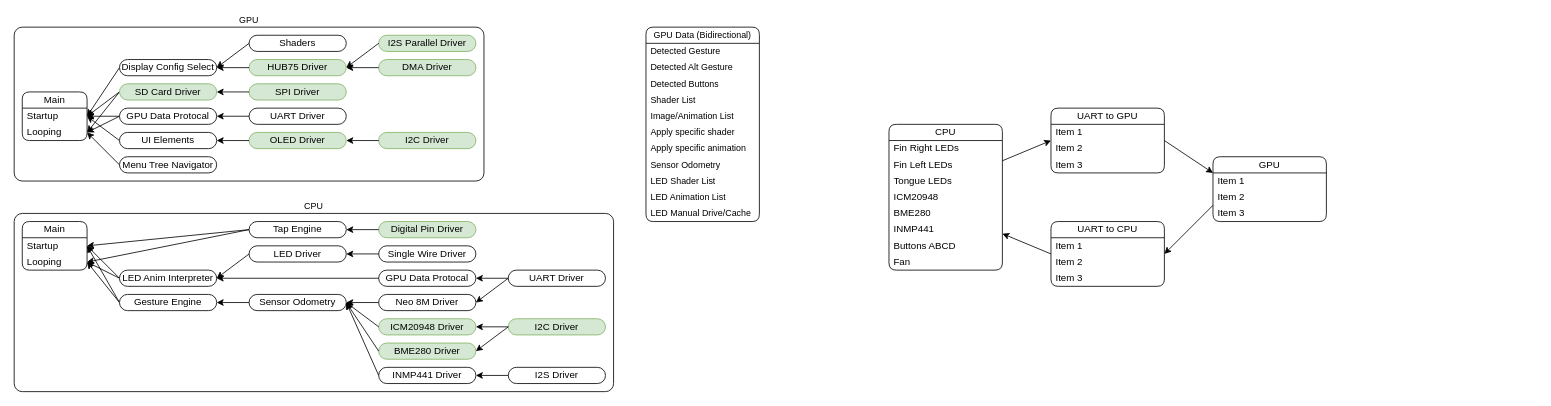
Cyberspecies/Synth-Head keeps this draw.io diagram as page "Alpha Release Stack" (5 of 7) of Documents/Software Diagram (DX.3).drawio. Above is the earlier version. Source tidied: cells renumbered, new cells numbered last; positions are measured from the earlier drawing's top-left corner, leaving out a move shared by most shapes. Both pictures are drawn from the tidied source at 81%, with x=0, y=0 at pixel (14, 27).
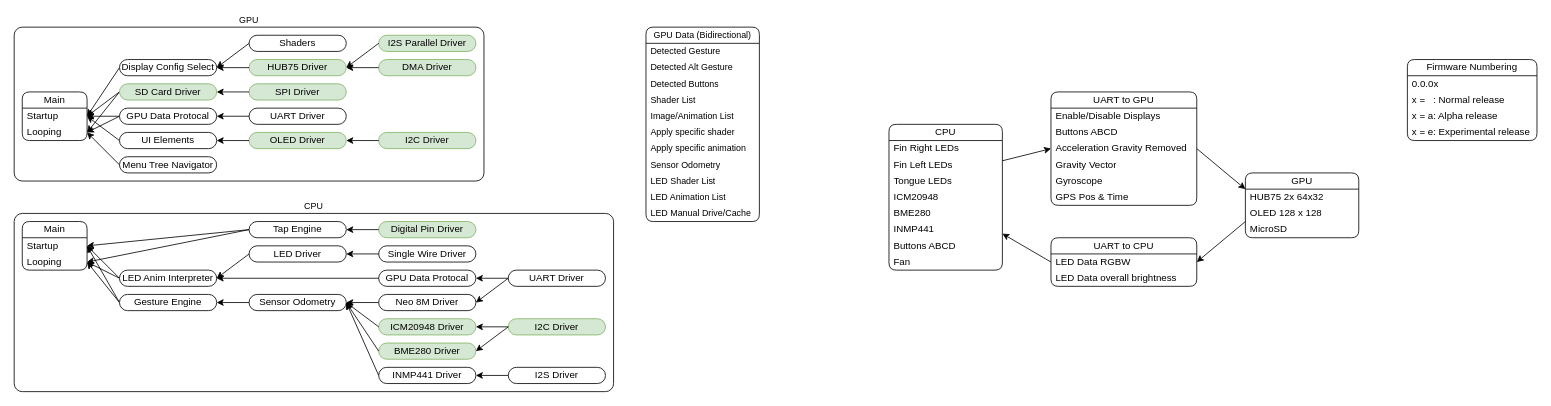
The same diagram, later.

Commit message:
Added Boot, Idle & Shutdown faces

Change to the diagram source:
```diff
@@
     <mxCell id="96" value="GPU" style="swimlane;fontStyle=0;horizontal=1;startSize=20;whiteSpace=wrap;html=1;rounded=1;" parent="1" vertex="1">
-      <mxGeometry x="1480" y="160" width="140" height="80" as="geometry" />
+      <mxGeometry x="1520" y="180" width="140" height="80" as="geometry" />
     </mxCell>
-    <mxCell id="97" value="Item 1" style="text;strokeColor=none;fillColor=none;align=left;verticalAlign=middle;spacingLeft=4;spacingRight=4;overflow=hidden;whiteSpace=wrap;html=1;" parent="96" vertex="1">
+    <mxCell id="97" value="HUB75 2x 64x32" style="text;strokeColor=none;fillColor=none;align=left;verticalAlign=middle;spacingLeft=4;spacingRight=4;overflow=hidden;whiteSpace=wrap;html=1;" parent="96" vertex="1">
       <mxGeometry y="20" width="140" height="20" as="geometry" />
     </mxCell>
-    <mxCell id="98" value="Item 2" style="text;strokeColor=none;fillColor=none;align=left;verticalAlign=middle;spacingLeft=4;spacingRight=4;overflow=hidden;whiteSpace=wrap;html=1;" parent="96" vertex="1">
+    <mxCell id="98" value="OLED 128 x 128" style="text;strokeColor=none;fillColor=none;align=left;verticalAlign=middle;spacingLeft=4;spacingRight=4;overflow=hidden;whiteSpace=wrap;html=1;" parent="96" vertex="1">
       <mxGeometry y="40" width="140" height="20" as="geometry" />
     </mxCell>
-    <mxCell id="99" value="Item 3" style="text;strokeColor=none;fillColor=none;align=left;verticalAlign=middle;spacingLeft=4;spacingRight=4;overflow=hidden;whiteSpace=wrap;html=1;" parent="96" vertex="1">
+    <mxCell id="99" value="MicroSD" style="text;strokeColor=none;fillColor=none;align=left;verticalAlign=middle;spacingLeft=4;spacingRight=4;overflow=hidden;whiteSpace=wrap;html=1;" parent="96" vertex="1">
       <mxGeometry y="60" width="140" height="20" as="geometry" />
     </mxCell>
@@
     <mxCell id="101" value="UART to GPU" style="swimlane;fontStyle=0;horizontal=1;startSize=20;whiteSpace=wrap;html=1;rounded=1;" parent="1" vertex="1">
-      <mxGeometry x="1280" y="100" width="140" height="80" as="geometry" />
+      <mxGeometry x="1280" y="80" width="180" height="140" as="geometry" />
     </mxCell>
-    <mxCell id="102" value="Item 1" style="text;strokeColor=none;fillColor=none;align=left;verticalAlign=middle;spacingLeft=4;spacingRight=4;overflow=hidden;whiteSpace=wrap;html=1;" parent="101" vertex="1">
-      <mxGeometry y="20" width="140" height="20" as="geometry" />
+    <mxCell id="102" value="Enable/Disable Displays" style="text;strokeColor=none;fillColor=none;align=left;verticalAlign=middle;spacingLeft=4;spacingRight=4;overflow=hidden;whiteSpace=wrap;html=1;" parent="101" vertex="1">
+      <mxGeometry y="20" width="180" height="20" as="geometry" />
     </mxCell>
-    <mxCell id="103" value="Item 2" style="text;strokeColor=none;fillColor=none;align=left;verticalAlign=middle;spacingLeft=4;spacingRight=4;overflow=hidden;whiteSpace=wrap;html=1;" parent="101" vertex="1">
-      <mxGeometry y="40" width="140" height="20" as="geometry" />
+    <mxCell id="103" value="Buttons ABCD" style="text;strokeColor=none;fillColor=none;align=left;verticalAlign=middle;spacingLeft=4;spacingRight=4;overflow=hidden;whiteSpace=wrap;html=1;" parent="101" vertex="1">
+      <mxGeometry y="40" width="180" height="20" as="geometry" />
     </mxCell>
+    <mxCell id="110" value="Acceleration Gravity Removed" style="text;strokeColor=none;fillColor=none;align=left;verticalAlign=middle;spacingLeft=4;spacingRight=4;overflow=hidden;whiteSpace=wrap;html=1;" parent="101" vertex="1">
+      <mxGeometry y="60" width="180" height="20" as="geometry" />
+    </mxCell>
-    <mxCell id="104" value="Item 3" style="text;strokeColor=none;fillColor=none;align=left;verticalAlign=middle;spacingLeft=4;spacingRight=4;overflow=hidden;whiteSpace=wrap;html=1;" parent="101" vertex="1">
-      <mxGeometry y="60" width="140" height="20" as="geometry" />
+    <mxCell id="104" value="Gravity Vector" style="text;strokeColor=none;fillColor=none;align=left;verticalAlign=middle;spacingLeft=4;spacingRight=4;overflow=hidden;whiteSpace=wrap;html=1;" parent="101" vertex="1">
+      <mxGeometry y="80" width="180" height="20" as="geometry" />
     </mxCell>
+    <mxCell id="111" value="Gyroscope" style="text;strokeColor=none;fillColor=none;align=left;verticalAlign=middle;spacingLeft=4;spacingRight=4;overflow=hidden;whiteSpace=wrap;html=1;" parent="101" vertex="1">
+      <mxGeometry y="100" width="180" height="20" as="geometry" />
+    </mxCell>
+    <mxCell id="112" value="GPS Pos &amp;amp; Time" style="text;strokeColor=none;fillColor=none;align=left;verticalAlign=middle;spacingLeft=4;spacingRight=4;overflow=hidden;whiteSpace=wrap;html=1;" parent="101" vertex="1">
+      <mxGeometry y="120" width="180" height="20" as="geometry" />
+    </mxCell>
@@
     <mxCell id="106" value="UART to CPU" style="swimlane;fontStyle=0;horizontal=1;startSize=20;whiteSpace=wrap;html=1;rounded=1;" parent="1" vertex="1">
-      <mxGeometry x="1280" y="240" width="140" height="80" as="geometry" />
+      <mxGeometry x="1280" y="260" width="180" height="60" as="geometry" />
     </mxCell>
-    <mxCell id="107" value="Item 1" style="text;strokeColor=none;fillColor=none;align=left;verticalAlign=middle;spacingLeft=4;spacingRight=4;overflow=hidden;whiteSpace=wrap;html=1;" parent="106" vertex="1">
-      <mxGeometry y="20" width="140" height="20" as="geometry" />
+    <mxCell id="107" value="LED Data RGBW" style="text;strokeColor=none;fillColor=none;align=left;verticalAlign=middle;spacingLeft=4;spacingRight=4;overflow=hidden;whiteSpace=wrap;html=1;" parent="106" vertex="1">
+      <mxGeometry y="20" width="180" height="20" as="geometry" />
     </mxCell>
-    <mxCell id="108" value="Item 2" style="text;strokeColor=none;fillColor=none;align=left;verticalAlign=middle;spacingLeft=4;spacingRight=4;overflow=hidden;whiteSpace=wrap;html=1;" parent="106" vertex="1">
-      <mxGeometry y="40" width="140" height="20" as="geometry" />
+    <mxCell id="108" value="LED Data overall brightness" style="text;strokeColor=none;fillColor=none;align=left;verticalAlign=middle;spacingLeft=4;spacingRight=4;overflow=hidden;whiteSpace=wrap;html=1;" parent="106" vertex="1">
+      <mxGeometry y="40" width="180" height="20" as="geometry" />
     </mxCell>
-    <mxCell id="109" value="Item 3" style="text;strokeColor=none;fillColor=none;align=left;verticalAlign=middle;spacingLeft=4;spacingRight=4;overflow=hidden;whiteSpace=wrap;html=1;" parent="106" vertex="1">
-      <mxGeometry y="60" width="140" height="20" as="geometry" />
-    </mxCell>
+    <mxCell id="113" value="Firmware Numbering" style="swimlane;fontStyle=0;horizontal=1;startSize=20;whiteSpace=wrap;html=1;rounded=1;" parent="1" vertex="1">
+      <mxGeometry x="1720" y="40" width="160" height="100" as="geometry" />
+    </mxCell>
+    <mxCell id="114" value="0.0.0x" style="text;strokeColor=none;fillColor=none;align=left;verticalAlign=middle;spacingLeft=4;spacingRight=4;overflow=hidden;whiteSpace=wrap;html=1;" parent="113" vertex="1">
+      <mxGeometry y="20" width="160" height="20" as="geometry" />
+    </mxCell>
+    <mxCell id="115" value="x =&amp;nbsp; &amp;nbsp;: Normal release" style="text;strokeColor=none;fillColor=none;align=left;verticalAlign=middle;spacingLeft=4;spacingRight=4;overflow=hidden;whiteSpace=wrap;html=1;" parent="113" vertex="1">
+      <mxGeometry y="40" width="160" height="20" as="geometry" />
+    </mxCell>
+    <mxCell id="116" value="x = a: Alpha release" style="text;strokeColor=none;fillColor=none;align=left;verticalAlign=middle;spacingLeft=4;spacingRight=4;overflow=hidden;whiteSpace=wrap;html=1;" parent="113" vertex="1">
+      <mxGeometry y="60" width="160" height="20" as="geometry" />
+    </mxCell>
+    <mxCell id="117" value="x = e: Experimental release" style="text;strokeColor=none;fillColor=none;align=left;verticalAlign=middle;spacingLeft=4;spacingRight=4;overflow=hidden;whiteSpace=wrap;html=1;" parent="113" vertex="1">
+      <mxGeometry y="80" width="160" height="20" as="geometry" />
+    </mxCell>
```
